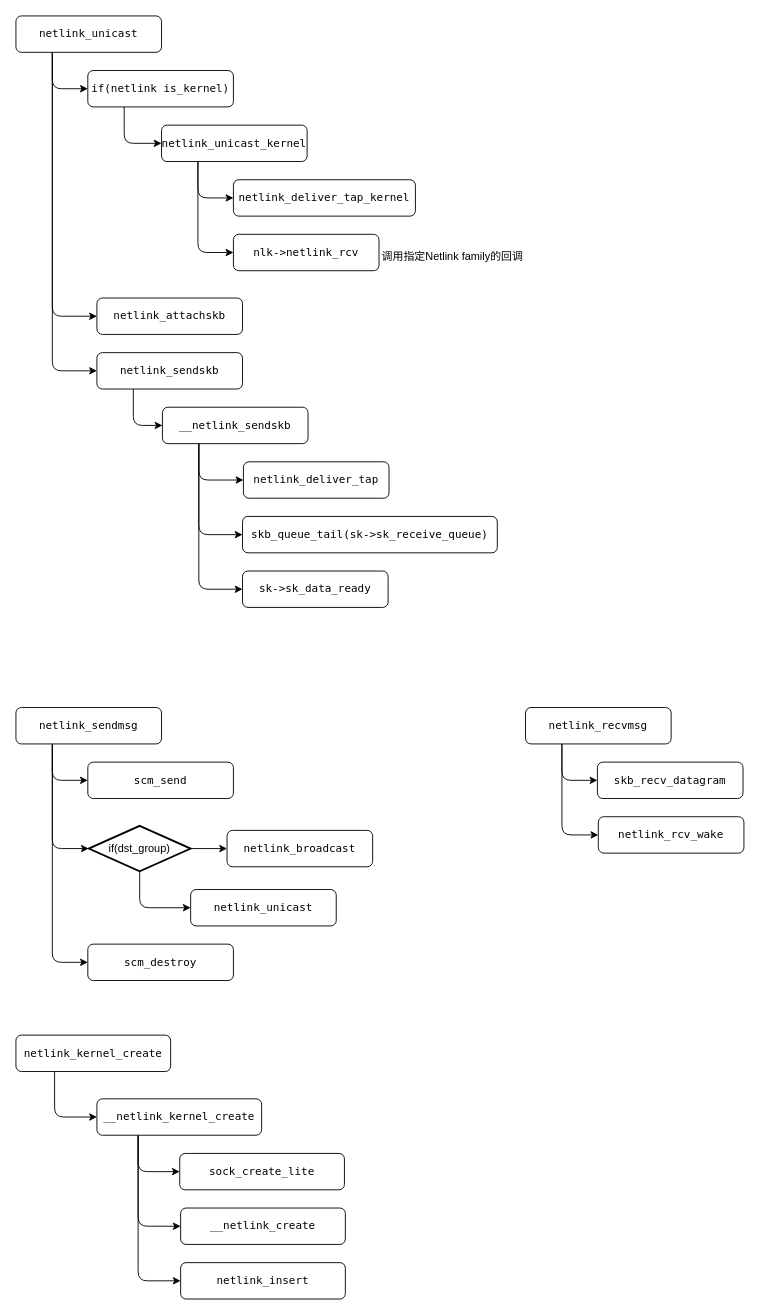
Before: page "第 1 页" (2 of 3) of Netlink.drawio in Aspiresky/draw.io, a draw.io diagram. Source tidied: cells renumbered, new cells numbered last; positions are measured from the earlier drawing's top-left corner, leaving out a move shared by most shapes. Both pictures are drawn from the tidied source at 91%, with x=0, y=0 at pixel (15, 15).
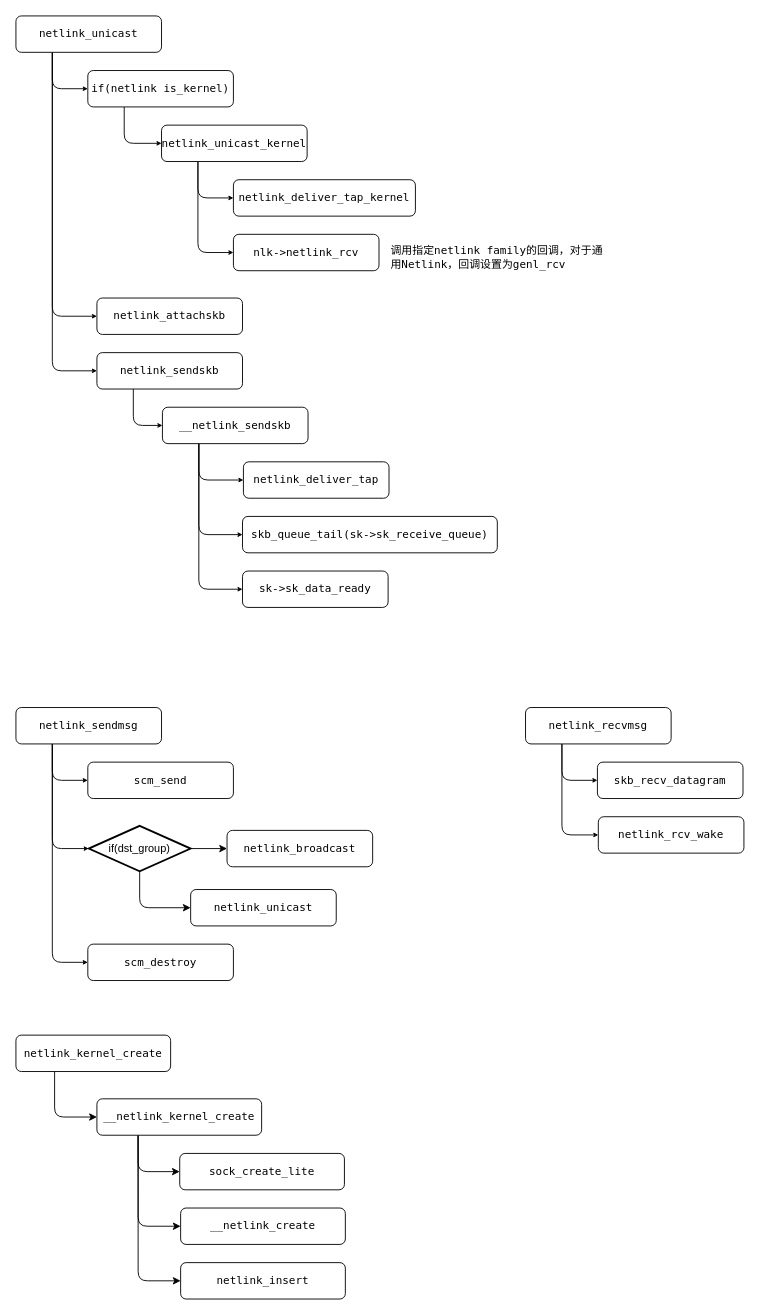
The same diagram, later.

Unchanged cells that the change refers to:
```xml
<mxCell id="7" value="netlink_unicast" style="rounded=1;whiteSpace=wrap;html=1;fontFamily=Lucida Console;" parent="1" vertex="1">
  <mxGeometry width="160" height="40" as="geometry" />
</mxCell>
<mxCell id="9" value="if(netlink is_kernel)" style="rounded=1;whiteSpace=wrap;html=1;fontFamily=Lucida Console;" parent="1" vertex="1">
  <mxGeometry x="79" y="60" width="160" height="40" as="geometry" />
</mxCell>
<mxCell id="10" value="netlink_unicast_kernel" style="rounded=1;whiteSpace=wrap;html=1;fontFamily=Lucida Console;" parent="1" vertex="1">
  <mxGeometry x="160" y="120" width="160" height="40" as="geometry" />
</mxCell>
<mxCell id="11" value="nlk-&amp;gt;netlink_rcv" style="rounded=1;whiteSpace=wrap;html=1;fontFamily=Lucida Console;" parent="1" vertex="1">
  <mxGeometry x="239" y="240" width="160" height="40" as="geometry" />
</mxCell>
<mxCell id="12" value="netlink_deliver_tap_kernel" style="rounded=1;whiteSpace=wrap;html=1;fontFamily=Lucida Console;" parent="1" vertex="1">
  <mxGeometry x="239" y="180" width="200" height="40" as="geometry" />
</mxCell>
<mxCell id="13" value="netlink_attachskb" style="rounded=1;whiteSpace=wrap;html=1;fontFamily=Lucida Console;" parent="1" vertex="1">
  <mxGeometry x="89" y="310" width="160" height="40" as="geometry" />
</mxCell>
<mxCell id="17" value="__netlink_sendskb" style="rounded=1;whiteSpace=wrap;html=1;fontFamily=Lucida Console;" parent="1" vertex="1">
  <mxGeometry x="161" y="430" width="160" height="40" as="geometry" />
</mxCell>
<mxCell id="19" value="netlink_sendskb" style="rounded=1;whiteSpace=wrap;html=1;fontFamily=Lucida Console;" parent="1" vertex="1">
  <mxGeometry x="89" y="370" width="160" height="40" as="geometry" />
</mxCell>
<mxCell id="20" value="skb_queue_tail(sk-&amp;gt;sk_receive_queue)" style="rounded=1;whiteSpace=wrap;html=1;fontFamily=Lucida Console;" parent="1" vertex="1">
  <mxGeometry x="249" y="550" width="280" height="40" as="geometry" />
</mxCell>
<mxCell id="21" value="sk-&amp;gt;sk_data_ready" style="rounded=1;whiteSpace=wrap;html=1;fontFamily=Lucida Console;" parent="1" vertex="1">
  <mxGeometry x="249" y="610" width="160" height="40" as="geometry" />
</mxCell>
<mxCell id="22" value="netlink_deliver_tap" style="rounded=1;whiteSpace=wrap;html=1;fontFamily=Lucida Console;" parent="1" vertex="1">
  <mxGeometry x="250" y="490" width="160" height="40" as="geometry" />
</mxCell>
<mxCell id="25" value="netlink_sendmsg" style="rounded=1;whiteSpace=wrap;html=1;fontFamily=Lucida Console;" parent="1" vertex="1">
  <mxGeometry y="760" width="160" height="40" as="geometry" />
</mxCell>
<mxCell id="26" value="scm_send" style="rounded=1;whiteSpace=wrap;html=1;fontFamily=Lucida Console;" parent="1" vertex="1">
  <mxGeometry x="79" y="820" width="160" height="40" as="geometry" />
</mxCell>
<mxCell id="29" value="if(dst_group)" style="strokeWidth=2;html=1;shape=mxgraph.flowchart.decision;whiteSpace=wrap;" parent="1" vertex="1">
  <mxGeometry x="80" y="890" width="112" height="50" as="geometry" />
</mxCell>
<mxCell id="35" value="netlink_recvmsg" style="rounded=1;whiteSpace=wrap;html=1;fontFamily=Lucida Console;" parent="1" vertex="1">
  <mxGeometry x="560" y="760" width="160" height="40" as="geometry" />
</mxCell>
<mxCell id="36" value="skb_recv_datagram" style="rounded=1;whiteSpace=wrap;html=1;fontFamily=Lucida Console;" parent="1" vertex="1">
  <mxGeometry x="639" y="820" width="160" height="40" as="geometry" />
</mxCell>
<mxCell id="37" value="netlink_rcv_wake" style="rounded=1;whiteSpace=wrap;html=1;fontFamily=Lucida Console;" parent="1" vertex="1">
  <mxGeometry x="640" y="880" width="160" height="40" as="geometry" />
</mxCell>
<mxCell id="38" value="scm_destroy" style="rounded=1;whiteSpace=wrap;html=1;fontFamily=Lucida Console;" parent="1" vertex="1">
  <mxGeometry x="79" y="1020" width="160" height="40" as="geometry" />
</mxCell>
```

Change to the diagram source:
```diff
@@
-    <mxCell id="2" style="edgeStyle=orthogonalEdgeStyle;rounded=1;jettySize=auto;html=1;exitX=0.25;exitY=1;exitDx=0;exitDy=0;entryX=0;entryY=0.5;entryDx=0;entryDy=0;curved=0;" parent="1" edge="1" source="7" target="9">
+    <mxCell id="2" style="edgeStyle=orthogonalEdgeStyle;rounded=1;jettySize=auto;html=1;exitX=0.25;exitY=1;exitDx=0;exitDy=0;entryX=0;entryY=0.5;entryDx=0;entryDy=0;curved=0;endSize=3;" parent="1" edge="1" source="7" target="9">
       <mxGeometry relative="1" as="geometry" />
     </mxCell>
-    <mxCell id="3" style="edgeStyle=orthogonalEdgeStyle;rounded=1;jettySize=auto;html=1;exitX=0.25;exitY=1;exitDx=0;exitDy=0;entryX=0;entryY=0.5;entryDx=0;entryDy=0;curved=0;" parent="1" edge="1" source="7" target="13">
+    <mxCell id="3" style="edgeStyle=orthogonalEdgeStyle;rounded=1;jettySize=auto;html=1;exitX=0.25;exitY=1;exitDx=0;exitDy=0;entryX=0;entryY=0.5;entryDx=0;entryDy=0;curved=0;endSize=3;" parent="1" edge="1" source="7" target="13">
       <mxGeometry relative="1" as="geometry" />
     </mxCell>
-    <mxCell id="4" style="edgeStyle=orthogonalEdgeStyle;rounded=1;jettySize=auto;html=1;exitX=0.25;exitY=1;exitDx=0;exitDy=0;entryX=0;entryY=0.5;entryDx=0;entryDy=0;curved=0;" parent="1" edge="1" source="10" target="12">
+    <mxCell id="4" style="edgeStyle=orthogonalEdgeStyle;rounded=1;jettySize=auto;html=1;exitX=0.25;exitY=1;exitDx=0;exitDy=0;entryX=0;entryY=0.5;entryDx=0;entryDy=0;curved=0;endSize=3;" parent="1" edge="1" source="10" target="12">
       <mxGeometry relative="1" as="geometry" />
     </mxCell>
-    <mxCell id="5" style="edgeStyle=orthogonalEdgeStyle;rounded=1;jettySize=auto;html=1;exitX=0.25;exitY=1;exitDx=0;exitDy=0;entryX=0;entryY=0.5;entryDx=0;entryDy=0;curved=0;" parent="1" edge="1" source="10" target="11">
+    <mxCell id="5" style="edgeStyle=orthogonalEdgeStyle;rounded=1;jettySize=auto;html=1;exitX=0.25;exitY=1;exitDx=0;exitDy=0;entryX=0;entryY=0.5;entryDx=0;entryDy=0;curved=0;endSize=3;" parent="1" edge="1" source="10" target="11">
       <mxGeometry relative="1" as="geometry" />
     </mxCell>
-    <mxCell id="6" style="edgeStyle=orthogonalEdgeStyle;rounded=1;jettySize=auto;html=1;exitX=0.25;exitY=1;exitDx=0;exitDy=0;entryX=0;entryY=0.5;entryDx=0;entryDy=0;curved=0;" parent="1" edge="1" source="7" target="19">
+    <mxCell id="6" style="edgeStyle=orthogonalEdgeStyle;rounded=1;jettySize=auto;html=1;exitX=0.25;exitY=1;exitDx=0;exitDy=0;entryX=0;entryY=0.5;entryDx=0;entryDy=0;curved=0;endSize=3;" parent="1" edge="1" source="7" target="19">
       <mxGeometry relative="1" as="geometry" />
     </mxCell>
@@
-    <mxCell id="8" style="edgeStyle=orthogonalEdgeStyle;rounded=1;jettySize=auto;html=1;exitX=0.25;exitY=1;exitDx=0;exitDy=0;entryX=0;entryY=0.5;entryDx=0;entryDy=0;curved=0;" parent="1" edge="1" source="9" target="10">
+    <mxCell id="8" style="edgeStyle=orthogonalEdgeStyle;rounded=1;jettySize=auto;html=1;exitX=0.25;exitY=1;exitDx=0;exitDy=0;entryX=0;entryY=0.5;entryDx=0;entryDy=0;curved=0;endSize=3;" parent="1" edge="1" source="9" target="10">
       <mxGeometry relative="1" as="geometry" />
     </mxCell>
@@
-    <mxCell id="14" style="edgeStyle=orthogonalEdgeStyle;rounded=1;jettySize=auto;html=1;exitX=0.25;exitY=1;exitDx=0;exitDy=0;entryX=0;entryY=0.5;entryDx=0;entryDy=0;curved=0;" parent="1" edge="1" source="17" target="22">
+    <mxCell id="14" style="edgeStyle=orthogonalEdgeStyle;rounded=1;jettySize=auto;html=1;exitX=0.25;exitY=1;exitDx=0;exitDy=0;entryX=0;entryY=0.5;entryDx=0;entryDy=0;curved=0;endSize=3;" parent="1" edge="1" source="17" target="22">
       <mxGeometry relative="1" as="geometry" />
     </mxCell>
-    <mxCell id="15" style="edgeStyle=orthogonalEdgeStyle;rounded=1;jettySize=auto;html=1;exitX=0.25;exitY=1;exitDx=0;exitDy=0;entryX=0;entryY=0.5;entryDx=0;entryDy=0;curved=0;" parent="1" edge="1" source="17" target="20">
+    <mxCell id="15" style="edgeStyle=orthogonalEdgeStyle;rounded=1;jettySize=auto;html=1;exitX=0.25;exitY=1;exitDx=0;exitDy=0;entryX=0;entryY=0.5;entryDx=0;entryDy=0;curved=0;endSize=3;" parent="1" edge="1" source="17" target="20">
       <mxGeometry relative="1" as="geometry" />
     </mxCell>
-    <mxCell id="16" style="edgeStyle=orthogonalEdgeStyle;rounded=1;jettySize=auto;html=1;exitX=0.25;exitY=1;exitDx=0;exitDy=0;entryX=0;entryY=0.5;entryDx=0;entryDy=0;curved=0;" parent="1" edge="1" source="17" target="21">
+    <mxCell id="16" style="edgeStyle=orthogonalEdgeStyle;rounded=1;jettySize=auto;html=1;exitX=0.25;exitY=1;exitDx=0;exitDy=0;entryX=0;entryY=0.5;entryDx=0;entryDy=0;curved=0;endSize=3;" parent="1" edge="1" source="17" target="21">
       <mxGeometry relative="1" as="geometry" />
     </mxCell>
@@
-    <mxCell id="18" style="edgeStyle=orthogonalEdgeStyle;rounded=1;jettySize=auto;html=1;exitX=0.25;exitY=1;exitDx=0;exitDy=0;entryX=0;entryY=0.5;entryDx=0;entryDy=0;curved=0;" parent="1" edge="1" source="19" target="17">
+    <mxCell id="18" style="edgeStyle=orthogonalEdgeStyle;rounded=1;jettySize=auto;html=1;exitX=0.25;exitY=1;exitDx=0;exitDy=0;entryX=0;entryY=0.5;entryDx=0;entryDy=0;curved=0;endSize=3;" parent="1" edge="1" source="19" target="17">
       <mxGeometry relative="1" as="geometry" />
     </mxCell>
@@
-    <mxCell id="23" style="edgeStyle=orthogonalEdgeStyle;rounded=1;jettySize=auto;html=1;exitX=0.25;exitY=1;exitDx=0;exitDy=0;entryX=0;entryY=0.5;entryDx=0;entryDy=0;curved=0;" parent="1" edge="1" source="25" target="26">
+    <mxCell id="23" style="edgeStyle=orthogonalEdgeStyle;rounded=1;jettySize=auto;html=1;exitX=0.25;exitY=1;exitDx=0;exitDy=0;entryX=0;entryY=0.5;entryDx=0;entryDy=0;curved=0;endSize=3;" parent="1" edge="1" source="25" target="26">
       <mxGeometry relative="1" as="geometry" />
     </mxCell>
-    <mxCell id="24" style="edgeStyle=orthogonalEdgeStyle;rounded=1;jettySize=auto;html=1;exitX=0.25;exitY=1;exitDx=0;exitDy=0;entryX=0;entryY=0.5;entryDx=0;entryDy=0;curved=0;" parent="1" edge="1" source="25" target="38">
+    <mxCell id="24" style="edgeStyle=orthogonalEdgeStyle;rounded=1;jettySize=auto;html=1;exitX=0.25;exitY=1;exitDx=0;exitDy=0;entryX=0;entryY=0.5;entryDx=0;entryDy=0;curved=0;endSize=3;" parent="1" edge="1" source="25" target="38">
       <mxGeometry relative="1" as="geometry" />
     </mxCell>
@@
-    <mxCell id="31" style="edgeStyle=orthogonalEdgeStyle;rounded=1;jettySize=auto;html=1;exitX=0.25;exitY=1;exitDx=0;exitDy=0;entryX=0;entryY=0.5;entryDx=0;entryDy=0;entryPerimeter=0;curved=0;" parent="1" edge="1" source="25" target="29">
+    <mxCell id="31" style="edgeStyle=orthogonalEdgeStyle;rounded=1;jettySize=auto;html=1;exitX=0.25;exitY=1;exitDx=0;exitDy=0;entryX=0;entryY=0.5;entryDx=0;entryDy=0;entryPerimeter=0;curved=0;endSize=3;" parent="1" edge="1" source="25" target="29">
       <mxGeometry relative="1" as="geometry" />
     </mxCell>
@@
-    <mxCell id="33" style="edgeStyle=orthogonalEdgeStyle;rounded=1;jettySize=auto;html=1;exitX=0.25;exitY=1;exitDx=0;exitDy=0;entryX=0;entryY=0.5;entryDx=0;entryDy=0;curved=0;" parent="1" edge="1" source="35" target="36">
+    <mxCell id="33" style="edgeStyle=orthogonalEdgeStyle;rounded=1;jettySize=auto;html=1;exitX=0.25;exitY=1;exitDx=0;exitDy=0;entryX=0;entryY=0.5;entryDx=0;entryDy=0;curved=0;endSize=3;" parent="1" edge="1" source="35" target="36">
       <mxGeometry relative="1" as="geometry" />
     </mxCell>
-    <mxCell id="34" style="edgeStyle=orthogonalEdgeStyle;rounded=1;jettySize=auto;html=1;exitX=0.25;exitY=1;exitDx=0;exitDy=0;entryX=0;entryY=0.5;entryDx=0;entryDy=0;curved=0;" parent="1" edge="1" source="35" target="37">
+    <mxCell id="34" style="edgeStyle=orthogonalEdgeStyle;rounded=1;jettySize=auto;html=1;exitX=0.25;exitY=1;exitDx=0;exitDy=0;entryX=0;entryY=0.5;entryDx=0;entryDy=0;curved=0;endSize=3;" parent="1" edge="1" source="35" target="37">
       <mxGeometry relative="1" as="geometry" />
     </mxCell>
@@
-    <mxCell id="48" value="调用指定Netlink family的回调" style="text;html=1;strokeColor=none;fillColor=none;align=center;verticalAlign=middle;whiteSpace=wrap;rounded=0;" parent="1" vertex="1">
-      <mxGeometry x="400" y="250" width="160" height="30" as="geometry" />
+    <mxCell id="48" value="调用指定netlink family的回调，对于通用Netlink，回调设置为genl_rcv" style="text;html=1;strokeColor=none;fillColor=none;align=left;verticalAlign=middle;whiteSpace=wrap;rounded=0;fontFamily=Lucida Console;" parent="1" vertex="1">
+      <mxGeometry x="410" y="250" width="240" height="30" as="geometry" />
     </mxCell>
```
